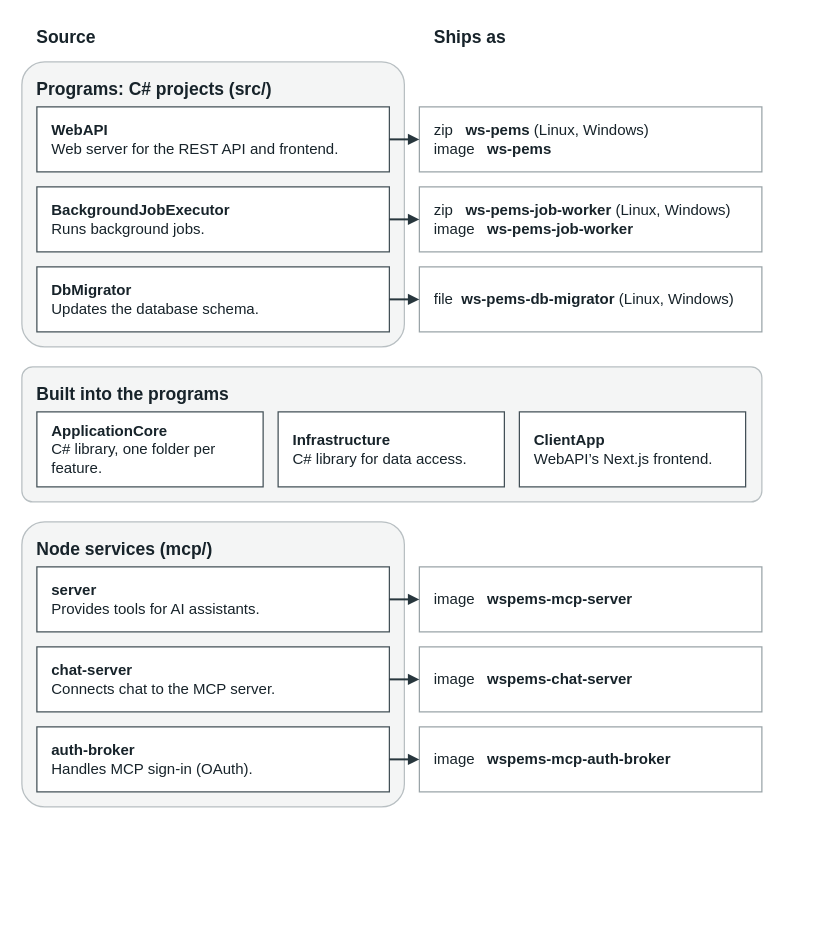
Earlier version of the draw.io diagram 1-ws-pems/figures/rq1-codebase.drawio (leosakharoff/dotnet-rebuild-experiments). Source tidied: cells renumbered, new cells numbered last; positions are measured from the earlier drawing's top-left corner, leaving out a move shared by most shapes. Both pictures are drawn from the tidied source at 125%, with x=0, y=0 at pixel (21, 21).
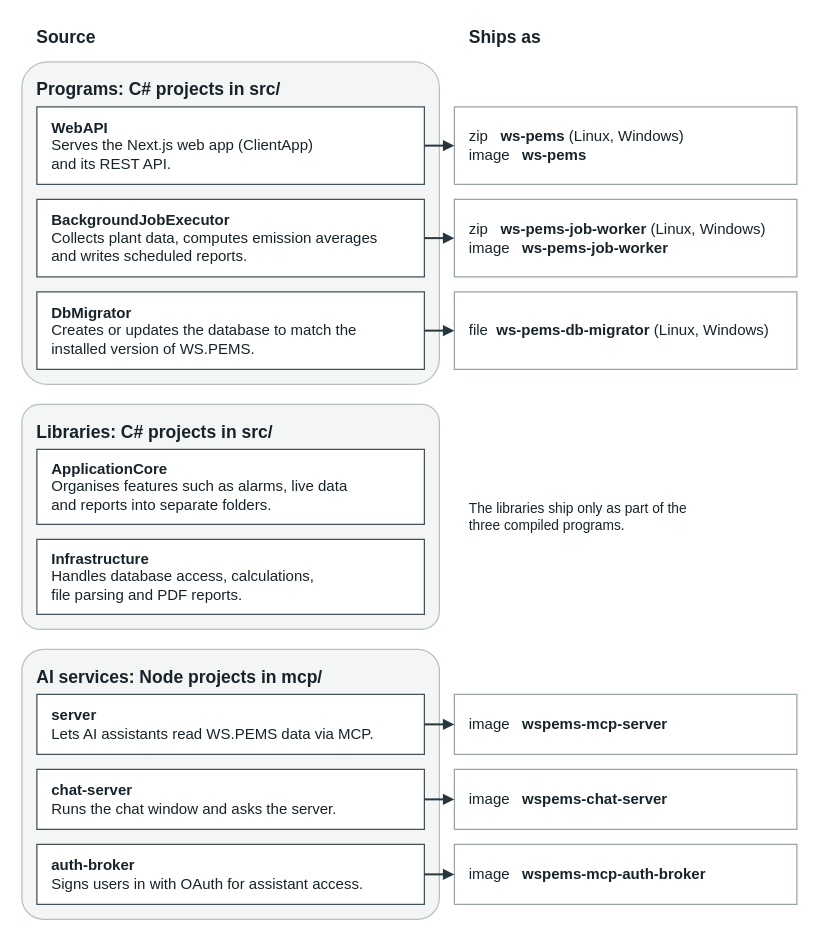
After the change.

Commit message (it also covers changes not shown here):
RQ1 code base figure: one plain sentence per project, libraries kept in the Source column

Change to the diagram source:
```diff
@@
     <mxCell id="2" value="&lt;b&gt;Source&lt;/b&gt;" style="html=1;whiteSpace=wrap;align=left;verticalAlign=middle;fontFamily=Helvetica;fontSize=12;fontColor=#17232a;fontSize=14;fillColor=none;strokeColor=none;spacing=0;" parent="1" vertex="1">
-      <mxGeometry x="12" width="282" height="24" as="geometry" />
+      <mxGeometry x="12" width="310" height="24" as="geometry" />
     </mxCell>
     <mxCell id="3" value="&lt;b&gt;Ships as&lt;/b&gt;" style="html=1;whiteSpace=wrap;align=left;verticalAlign=middle;fontFamily=Helvetica;fontSize=12;fontColor=#17232a;fontSize=14;fillColor=none;strokeColor=none;spacing=0;" parent="1" vertex="1">
-      <mxGeometry x="330" width="238" height="24" as="geometry" />
+      <mxGeometry x="358" width="250" height="24" as="geometry" />
     </mxCell>
     <mxCell id="4" style="rounded=1;arcSize=8;fillColor=#f4f5f5;strokeColor=#b8bfc2;strokeWidth=1;" parent="1" vertex="1">
-      <mxGeometry y="32" width="306" height="228" as="geometry" />
+      <mxGeometry y="32" width="334" height="258" as="geometry" />
     </mxCell>
-    <mxCell id="5" value="&lt;b&gt;Programs: C# projects (src/)&lt;/b&gt;" style="html=1;whiteSpace=wrap;align=left;verticalAlign=middle;fontFamily=Helvetica;fontSize=12;fontColor=#17232a;fontSize=14;fillColor=none;strokeColor=none;spacing=0;" parent="4" vertex="1">
-      <mxGeometry x="12" y="12" width="282" height="20" as="geometry" />
+    <mxCell id="5" value="&lt;b&gt;Programs: C# projects in src/&lt;/b&gt;" style="html=1;whiteSpace=wrap;align=left;verticalAlign=middle;fontFamily=Helvetica;fontSize=12;fontColor=#17232a;fontSize=14;fillColor=none;strokeColor=none;spacing=0;" parent="4" vertex="1">
+      <mxGeometry x="12" y="12" width="310" height="20" as="geometry" />
     </mxCell>
-    <mxCell id="6" value="&lt;b&gt;WebAPI&lt;/b&gt;&lt;br&gt;Web server for the REST API and frontend." style="html=1;whiteSpace=wrap;align=left;verticalAlign=middle;fontFamily=Helvetica;fontSize=12;fontColor=#17232a;spacing=12;rounded=0;fillColor=#ffffff;strokeColor=#435057;strokeWidth=1;" parent="4" vertex="1">
-      <mxGeometry x="12" y="36" width="282" height="52" as="geometry" />
+    <mxCell id="6" value="&lt;b&gt;WebAPI&lt;/b&gt;&lt;br&gt;Serves the Next.js web app (ClientApp)&lt;br&gt;and its REST API." style="html=1;whiteSpace=wrap;align=left;verticalAlign=middle;fontFamily=Helvetica;fontSize=12;fontColor=#17232a;spacing=12;rounded=0;fillColor=#ffffff;strokeColor=#435057;strokeWidth=1;" parent="4" vertex="1">
+      <mxGeometry x="12" y="36" width="310" height="62" as="geometry" />
     </mxCell>
     <mxCell id="7" value="zip &amp;#160; &lt;b&gt;ws-pems&lt;/b&gt; (Linux, Windows)&lt;br&gt;image &amp;#160; &lt;b&gt;ws-pems&lt;/b&gt;" style="html=1;whiteSpace=wrap;align=left;verticalAlign=middle;fontFamily=Helvetica;fontSize=12;fontColor=#17232a;spacing=12;rounded=0;fillColor=#ffffff;strokeColor=#435057;strokeWidth=1;strokeColor=#9aa4a8;" parent="1" vertex="1">
-      <mxGeometry x="318" y="68" width="274" height="52" as="geometry" />
+      <mxGeometry x="346" y="68" width="274" height="62" as="geometry" />
     </mxCell>
@@
-    <mxCell id="9" value="&lt;b&gt;BackgroundJobExecutor&lt;/b&gt;&lt;br&gt;Runs background jobs." style="html=1;whiteSpace=wrap;align=left;verticalAlign=middle;fontFamily=Helvetica;fontSize=12;fontColor=#17232a;spacing=12;rounded=0;fillColor=#ffffff;strokeColor=#435057;strokeWidth=1;" parent="4" vertex="1">
-      <mxGeometry x="12" y="100" width="282" height="52" as="geometry" />
+    <mxCell id="9" value="&lt;b&gt;BackgroundJobExecutor&lt;/b&gt;&lt;br&gt;Collects plant data, computes emission averages&lt;br&gt;and writes scheduled reports." style="html=1;whiteSpace=wrap;align=left;verticalAlign=middle;fontFamily=Helvetica;fontSize=12;fontColor=#17232a;spacing=12;rounded=0;fillColor=#ffffff;strokeColor=#435057;strokeWidth=1;" parent="4" vertex="1">
+      <mxGeometry x="12" y="110" width="310" height="62" as="geometry" />
     </mxCell>
     <mxCell id="10" value="zip &amp;#160; &lt;b&gt;ws-pems-job-worker&lt;/b&gt; (Linux, Windows)&lt;br&gt;image &amp;#160; &lt;b&gt;ws-pems-job-worker&lt;/b&gt;" style="html=1;whiteSpace=wrap;align=left;verticalAlign=middle;fontFamily=Helvetica;fontSize=12;fontColor=#17232a;spacing=12;rounded=0;fillColor=#ffffff;strokeColor=#435057;strokeWidth=1;strokeColor=#9aa4a8;" parent="1" vertex="1">
-      <mxGeometry x="318" y="132" width="274" height="52" as="geometry" />
+      <mxGeometry x="346" y="142" width="274" height="62" as="geometry" />
     </mxCell>
@@
-    <mxCell id="12" value="&lt;b&gt;DbMigrator&lt;/b&gt;&lt;br&gt;Updates the database schema." style="html=1;whiteSpace=wrap;align=left;verticalAlign=middle;fontFamily=Helvetica;fontSize=12;fontColor=#17232a;spacing=12;rounded=0;fillColor=#ffffff;strokeColor=#435057;strokeWidth=1;" parent="4" vertex="1">
-      <mxGeometry x="12" y="164" width="282" height="52" as="geometry" />
+    <mxCell id="12" value="&lt;b&gt;DbMigrator&lt;/b&gt;&lt;br&gt;Creates or updates the database to match the&lt;br&gt;installed version of WS.PEMS." style="html=1;whiteSpace=wrap;align=left;verticalAlign=middle;fontFamily=Helvetica;fontSize=12;fontColor=#17232a;spacing=12;rounded=0;fillColor=#ffffff;strokeColor=#435057;strokeWidth=1;" parent="4" vertex="1">
+      <mxGeometry x="12" y="184" width="310" height="62" as="geometry" />
     </mxCell>
     <mxCell id="13" value="file&amp;nbsp; &lt;b&gt;ws-pems-db-migrator&lt;/b&gt; (Linux, Windows)" style="html=1;whiteSpace=wrap;align=left;verticalAlign=middle;fontFamily=Helvetica;fontSize=12;fontColor=#17232a;spacing=12;rounded=0;fillColor=#ffffff;strokeColor=#435057;strokeWidth=1;strokeColor=#9aa4a8;" parent="1" vertex="1">
-      <mxGeometry x="318" y="196" width="274" height="52" as="geometry" />
+      <mxGeometry x="346" y="216" width="274" height="62" as="geometry" />
     </mxCell>
@@
     <mxCell id="15" style="rounded=1;arcSize=8;fillColor=#f4f5f5;strokeColor=#b8bfc2;strokeWidth=1;" parent="1" vertex="1">
-      <mxGeometry y="276" width="592" height="108" as="geometry" />
+      <mxGeometry y="306" width="334" height="180" as="geometry" />
     </mxCell>
-    <mxCell id="16" value="&lt;b&gt;Built into the programs&lt;/b&gt;" style="html=1;whiteSpace=wrap;align=left;verticalAlign=middle;fontFamily=Helvetica;fontSize=12;fontColor=#17232a;fontSize=14;fillColor=none;strokeColor=none;spacing=0;" parent="15" vertex="1">
-      <mxGeometry x="12" y="12" width="568" height="20" as="geometry" />
+    <mxCell id="16" value="&lt;b&gt;Libraries: C# projects in src/&lt;/b&gt;" style="html=1;whiteSpace=wrap;align=left;verticalAlign=middle;fontFamily=Helvetica;fontSize=12;fontColor=#17232a;fontSize=14;fillColor=none;strokeColor=none;spacing=0;" parent="15" vertex="1">
+      <mxGeometry x="12" y="12" width="310" height="20" as="geometry" />
     </mxCell>
-    <mxCell id="17" value="&lt;b&gt;ApplicationCore&lt;/b&gt;&lt;br&gt;C# library, one folder per feature." style="html=1;whiteSpace=wrap;align=left;verticalAlign=middle;fontFamily=Helvetica;fontSize=12;fontColor=#17232a;spacing=12;rounded=0;fillColor=#ffffff;strokeColor=#435057;strokeWidth=1;" parent="15" vertex="1">
-      <mxGeometry x="12" y="36" width="181" height="60" as="geometry" />
+    <mxCell id="17" value="&lt;b&gt;ApplicationCore&lt;/b&gt;&lt;br&gt;Organises features such as alarms, live data&lt;br&gt;and reports into separate folders." style="html=1;whiteSpace=wrap;align=left;verticalAlign=middle;fontFamily=Helvetica;fontSize=12;fontColor=#17232a;spacing=12;rounded=0;fillColor=#ffffff;strokeColor=#435057;strokeWidth=1;" parent="15" vertex="1">
+      <mxGeometry x="12" y="36" width="310" height="60" as="geometry" />
     </mxCell>
-    <mxCell id="18" value="&lt;b&gt;Infrastructure&lt;/b&gt;&lt;br&gt;C# library for data access." style="html=1;whiteSpace=wrap;align=left;verticalAlign=middle;fontFamily=Helvetica;fontSize=12;fontColor=#17232a;spacing=12;rounded=0;fillColor=#ffffff;strokeColor=#435057;strokeWidth=1;" parent="15" vertex="1">
-      <mxGeometry x="205" y="36" width="181" height="60" as="geometry" />
+    <mxCell id="18" value="&lt;b&gt;Infrastructure&lt;/b&gt;&lt;br&gt;Handles database access, calculations,&lt;br&gt;file parsing and PDF reports." style="html=1;whiteSpace=wrap;align=left;verticalAlign=middle;fontFamily=Helvetica;fontSize=12;fontColor=#17232a;spacing=12;rounded=0;fillColor=#ffffff;strokeColor=#435057;strokeWidth=1;" parent="15" vertex="1">
+      <mxGeometry x="12" y="108" width="310" height="60" as="geometry" />
     </mxCell>
-    <mxCell id="19" value="&lt;b&gt;ClientApp&lt;/b&gt;&lt;br&gt;WebAPI’s Next.js frontend." style="html=1;whiteSpace=wrap;align=left;verticalAlign=middle;fontFamily=Helvetica;fontSize=12;fontColor=#17232a;spacing=12;rounded=0;fillColor=#ffffff;strokeColor=#435057;strokeWidth=1;" parent="15" vertex="1">
-      <mxGeometry x="398" y="36" width="181" height="60" as="geometry" />
-    </mxCell>
     <mxCell id="20" style="rounded=1;arcSize=8;fillColor=#f4f5f5;strokeColor=#b8bfc2;strokeWidth=1;" parent="1" vertex="1">
-      <mxGeometry y="400" width="306" height="228" as="geometry" />
+      <mxGeometry y="502" width="334" height="216" as="geometry" />
     </mxCell>
-    <mxCell id="21" value="&lt;b&gt;Node services (mcp/)&lt;/b&gt;" style="html=1;whiteSpace=wrap;align=left;verticalAlign=middle;fontFamily=Helvetica;fontSize=12;fontColor=#17232a;fontSize=14;fillColor=none;strokeColor=none;spacing=0;" parent="20" vertex="1">
-      <mxGeometry x="12" y="12" width="282" height="20" as="geometry" />
+    <mxCell id="21" value="&lt;b&gt;AI services: Node projects in mcp/&lt;/b&gt;" style="html=1;whiteSpace=wrap;align=left;verticalAlign=middle;fontFamily=Helvetica;fontSize=12;fontColor=#17232a;fontSize=14;fillColor=none;strokeColor=none;spacing=0;" parent="20" vertex="1">
+      <mxGeometry x="12" y="12" width="310" height="20" as="geometry" />
     </mxCell>
-    <mxCell id="22" value="&lt;b&gt;server&lt;/b&gt;&lt;br&gt;Provides tools for AI assistants." style="html=1;whiteSpace=wrap;align=left;verticalAlign=middle;fontFamily=Helvetica;fontSize=12;fontColor=#17232a;spacing=12;rounded=0;fillColor=#ffffff;strokeColor=#435057;strokeWidth=1;" parent="20" vertex="1">
-      <mxGeometry x="12" y="36" width="282" height="52" as="geometry" />
+    <mxCell id="22" value="&lt;b&gt;server&lt;/b&gt;&lt;br&gt;Lets AI assistants read WS.PEMS data via MCP." style="html=1;whiteSpace=wrap;align=left;verticalAlign=middle;fontFamily=Helvetica;fontSize=12;fontColor=#17232a;spacing=12;rounded=0;fillColor=#ffffff;strokeColor=#435057;strokeWidth=1;" parent="20" vertex="1">
+      <mxGeometry x="12" y="36" width="310" height="48" as="geometry" />
     </mxCell>
     <mxCell id="23" value="image &amp;#160; &lt;b&gt;wspems-mcp-server&lt;/b&gt;" style="html=1;whiteSpace=wrap;align=left;verticalAlign=middle;fontFamily=Helvetica;fontSize=12;fontColor=#17232a;spacing=12;rounded=0;fillColor=#ffffff;strokeColor=#435057;strokeWidth=1;strokeColor=#9aa4a8;" parent="1" vertex="1">
-      <mxGeometry x="318" y="436" width="274" height="52" as="geometry" />
+      <mxGeometry x="346" y="538" width="274" height="48" as="geometry" />
     </mxCell>
@@
-    <mxCell id="25" value="&lt;b&gt;chat-server&lt;/b&gt;&lt;br&gt;Connects chat to the MCP server." style="html=1;whiteSpace=wrap;align=left;verticalAlign=middle;fontFamily=Helvetica;fontSize=12;fontColor=#17232a;spacing=12;rounded=0;fillColor=#ffffff;strokeColor=#435057;strokeWidth=1;" parent="20" vertex="1">
-      <mxGeometry x="12" y="100" width="282" height="52" as="geometry" />
+    <mxCell id="25" value="&lt;b&gt;chat-server&lt;/b&gt;&lt;br&gt;Runs the chat window and asks the server." style="html=1;whiteSpace=wrap;align=left;verticalAlign=middle;fontFamily=Helvetica;fontSize=12;fontColor=#17232a;spacing=12;rounded=0;fillColor=#ffffff;strokeColor=#435057;strokeWidth=1;" parent="20" vertex="1">
+      <mxGeometry x="12" y="96" width="310" height="48" as="geometry" />
     </mxCell>
     <mxCell id="26" value="image &amp;#160; &lt;b&gt;wspems-chat-server&lt;/b&gt;" style="html=1;whiteSpace=wrap;align=left;verticalAlign=middle;fontFamily=Helvetica;fontSize=12;fontColor=#17232a;spacing=12;rounded=0;fillColor=#ffffff;strokeColor=#435057;strokeWidth=1;strokeColor=#9aa4a8;" parent="1" vertex="1">
-      <mxGeometry x="318" y="500" width="274" height="52" as="geometry" />
+      <mxGeometry x="346" y="598" width="274" height="48" as="geometry" />
     </mxCell>
@@
-    <mxCell id="28" value="&lt;b&gt;auth-broker&lt;/b&gt;&lt;br&gt;Handles MCP sign-in (OAuth)." style="html=1;whiteSpace=wrap;align=left;verticalAlign=middle;fontFamily=Helvetica;fontSize=12;fontColor=#17232a;spacing=12;rounded=0;fillColor=#ffffff;strokeColor=#435057;strokeWidth=1;" parent="20" vertex="1">
-      <mxGeometry x="12" y="164" width="282" height="52" as="geometry" />
+    <mxCell id="28" value="&lt;b&gt;auth-broker&lt;/b&gt;&lt;br&gt;Signs users in with OAuth for assistant access." style="html=1;whiteSpace=wrap;align=left;verticalAlign=middle;fontFamily=Helvetica;fontSize=12;fontColor=#17232a;spacing=12;rounded=0;fillColor=#ffffff;strokeColor=#435057;strokeWidth=1;" parent="20" vertex="1">
+      <mxGeometry x="12" y="156" width="310" height="48" as="geometry" />
     </mxCell>
     <mxCell id="29" value="image &amp;#160; &lt;b&gt;wspems-mcp-auth-broker&lt;/b&gt;" style="html=1;whiteSpace=wrap;align=left;verticalAlign=middle;fontFamily=Helvetica;fontSize=12;fontColor=#17232a;spacing=12;rounded=0;fillColor=#ffffff;strokeColor=#435057;strokeWidth=1;strokeColor=#9aa4a8;" parent="1" vertex="1">
-      <mxGeometry x="318" y="564" width="274" height="52" as="geometry" />
+      <mxGeometry x="346" y="658" width="274" height="48" as="geometry" />
     </mxCell>
@@
+    <mxCell id="31" value="The libraries ship only as part of the&lt;br&gt;three compiled programs." style="html=1;whiteSpace=wrap;align=left;verticalAlign=middle;fontFamily=Helvetica;fontSize=11;fontColor=#17232a;strokeColor=none;fillColor=none;spacing=0;" parent="1" vertex="1">
+      <mxGeometry x="358" y="376" width="250" height="40" as="geometry" />
+    </mxCell>
```
